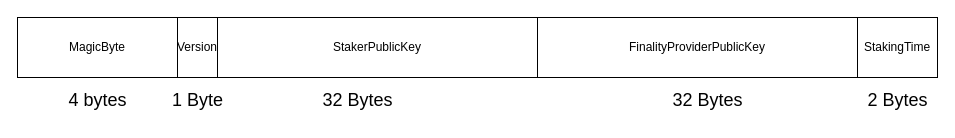
The draw.io diagram babylon.drawio in cynic-1/Graphs, before the edit. Source tidied: cells renumbered, new cells numbered last; positions are measured from the earlier drawing's top-left corner, leaving out a move shared by most shapes. Both pictures are drawn from the tidied source at 100%, with x=0, y=0 at pixel (17, 17).
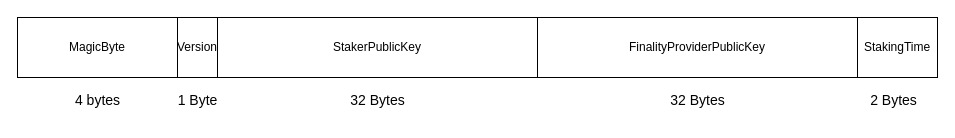
The same diagram, later.

Change to the diagram source:
```diff
@@
 <mxGraphModel>
   <root>
     <mxCell id="0" />
     <mxCell id="1" parent="0" />
     <mxCell id="2" value="MagicByte" style="rounded=0;whiteSpace=wrap;html=1;" parent="1" vertex="1">
       <mxGeometry width="160" height="60" as="geometry" />
     </mxCell>
     <mxCell id="3" value="Version" style="rounded=0;whiteSpace=wrap;html=1;" parent="1" vertex="1">
       <mxGeometry x="160" width="40" height="60" as="geometry" />
     </mxCell>
     <mxCell id="4" value="StakerPublicKey" style="rounded=0;whiteSpace=wrap;html=1;" parent="1" vertex="1">
       <mxGeometry x="200" width="320" height="60" as="geometry" />
     </mxCell>
     <mxCell id="5" value="FinalityProviderPublicKey" style="rounded=0;whiteSpace=wrap;html=1;" parent="1" vertex="1">
       <mxGeometry x="520" width="320" height="60" as="geometry" />
     </mxCell>
     <mxCell id="6" value="StakingTime" style="rounded=0;whiteSpace=wrap;html=1;" parent="1" vertex="1">
       <mxGeometry x="840" width="80" height="60" as="geometry" />
     </mxCell>
-    <mxCell id="7" value="&lt;font style=&quot;font-size: 18px;&quot;&gt;32 Bytes&lt;/font&gt;" style="text;html=1;align=center;verticalAlign=middle;strokeColor=none;fillColor=none;" parent="1" vertex="1">
-      <mxGeometry x="295" y="63" width="90" height="40" as="geometry" />
+    <mxCell id="7" value="&lt;font style=&quot;font-size: 14px;&quot;&gt;32 Bytes&lt;/font&gt;" style="text;html=1;align=center;verticalAlign=middle;strokeColor=none;fillColor=none;" parent="1" vertex="1">
+      <mxGeometry x="320" y="68" width="80" height="30" as="geometry" />
     </mxCell>
-    <mxCell id="8" value="&lt;font style=&quot;font-size: 18px;&quot;&gt;32 Bytes&lt;/font&gt;" style="text;html=1;align=center;verticalAlign=middle;strokeColor=none;fillColor=none;" parent="1" vertex="1">
-      <mxGeometry x="645" y="63" width="90" height="40" as="geometry" />
+    <mxCell id="8" value="&lt;font style=&quot;font-size: 14px;&quot;&gt;32 Bytes&lt;/font&gt;" style="text;html=1;align=center;verticalAlign=middle;strokeColor=none;fillColor=none;" parent="1" vertex="1">
+      <mxGeometry x="640" y="68" width="80" height="30" as="geometry" />
     </mxCell>
-    <mxCell id="9" value="&lt;font style=&quot;font-size: 18px;&quot;&gt;4 bytes&lt;/font&gt;" style="text;html=1;align=center;verticalAlign=middle;strokeColor=none;fillColor=none;" parent="1" vertex="1">
-      <mxGeometry x="40" y="63" width="80" height="40" as="geometry" />
+    <mxCell id="9" value="&lt;font style=&quot;font-size: 14px;&quot;&gt;4 bytes&lt;/font&gt;" style="text;html=1;align=center;verticalAlign=middle;strokeColor=none;fillColor=none;" parent="1" vertex="1">
+      <mxGeometry x="45" y="68" width="70" height="30" as="geometry" />
     </mxCell>
-    <mxCell id="10" value="&lt;font style=&quot;font-size: 18px;&quot;&gt;1 Byte&lt;/font&gt;" style="text;html=1;align=center;verticalAlign=middle;strokeColor=none;fillColor=none;" parent="1" vertex="1">
-      <mxGeometry x="145" y="63" width="70" height="40" as="geometry" />
+    <mxCell id="10" value="&lt;font style=&quot;font-size: 14px;&quot;&gt;1 Byte&lt;/font&gt;" style="text;html=1;align=center;verticalAlign=middle;strokeColor=none;fillColor=none;" parent="1" vertex="1">
+      <mxGeometry x="150" y="68" width="60" height="30" as="geometry" />
     </mxCell>
-    <mxCell id="11" value="&lt;font style=&quot;font-size: 18px;&quot;&gt;2 Bytes&lt;/font&gt;" style="text;html=1;align=center;verticalAlign=middle;strokeColor=none;fillColor=none;" parent="1" vertex="1">
-      <mxGeometry x="840" y="63" width="80" height="40" as="geometry" />
+    <mxCell id="11" value="&lt;font style=&quot;font-size: 14px;&quot;&gt;2 Bytes&lt;/font&gt;" style="text;html=1;align=center;verticalAlign=middle;strokeColor=none;fillColor=none;" parent="1" vertex="1">
+      <mxGeometry x="841" y="68" width="70" height="30" as="geometry" />
     </mxCell>
   </root>
 </mxGraphModel>
```
